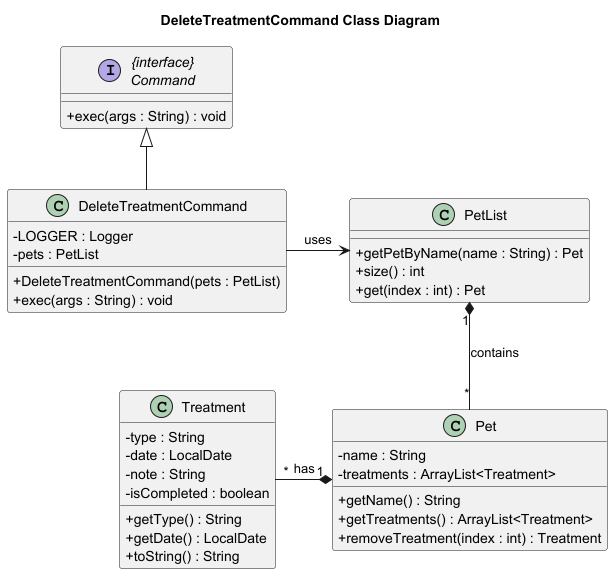
Kevin88866/tp keeps this PlantUML diagram as docs/diagrams/DeleteTreatmentCommand_Class_Diagram.png. Above is the earlier version.
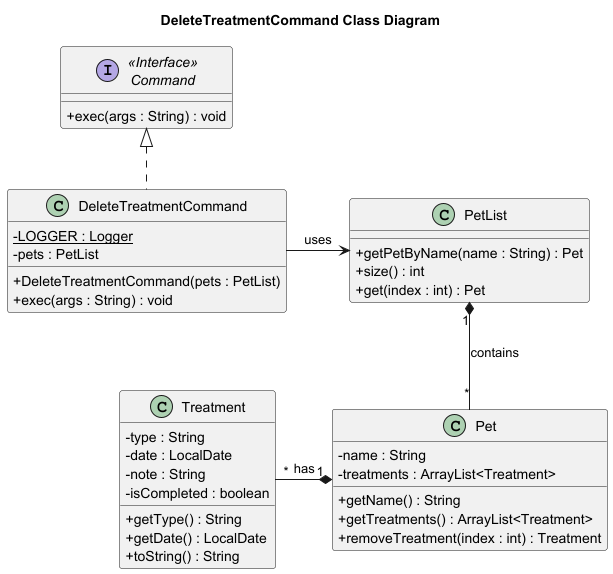
The same diagram one commit later.

Change to the diagram source:
```diff
@@ -3,13 +3,13 @@
 title DeleteTreatmentCommand Class Diagram
 
 class DeleteTreatmentCommand {
-    - LOGGER : Logger
+    - {static} LOGGER : Logger
     - pets : PetList
     + DeleteTreatmentCommand(pets : PetList)
     + exec(args : String) : void
 }
 
-interface "{interface}\nCommand" as Command {
+interface "<<Interface>>\nCommand" as Command {
     + exec(args : String) : void
 }
 
@@ -37,7 +37,7 @@
     + toString() : String
 }
 
-Command <|-- DeleteTreatmentCommand
+Command <|.. DeleteTreatmentCommand
 DeleteTreatmentCommand -right-> PetList : uses
 PetList "1" *-- "*" Pet : contains
 Pet "1" *-left- "*" Treatment : has
```
